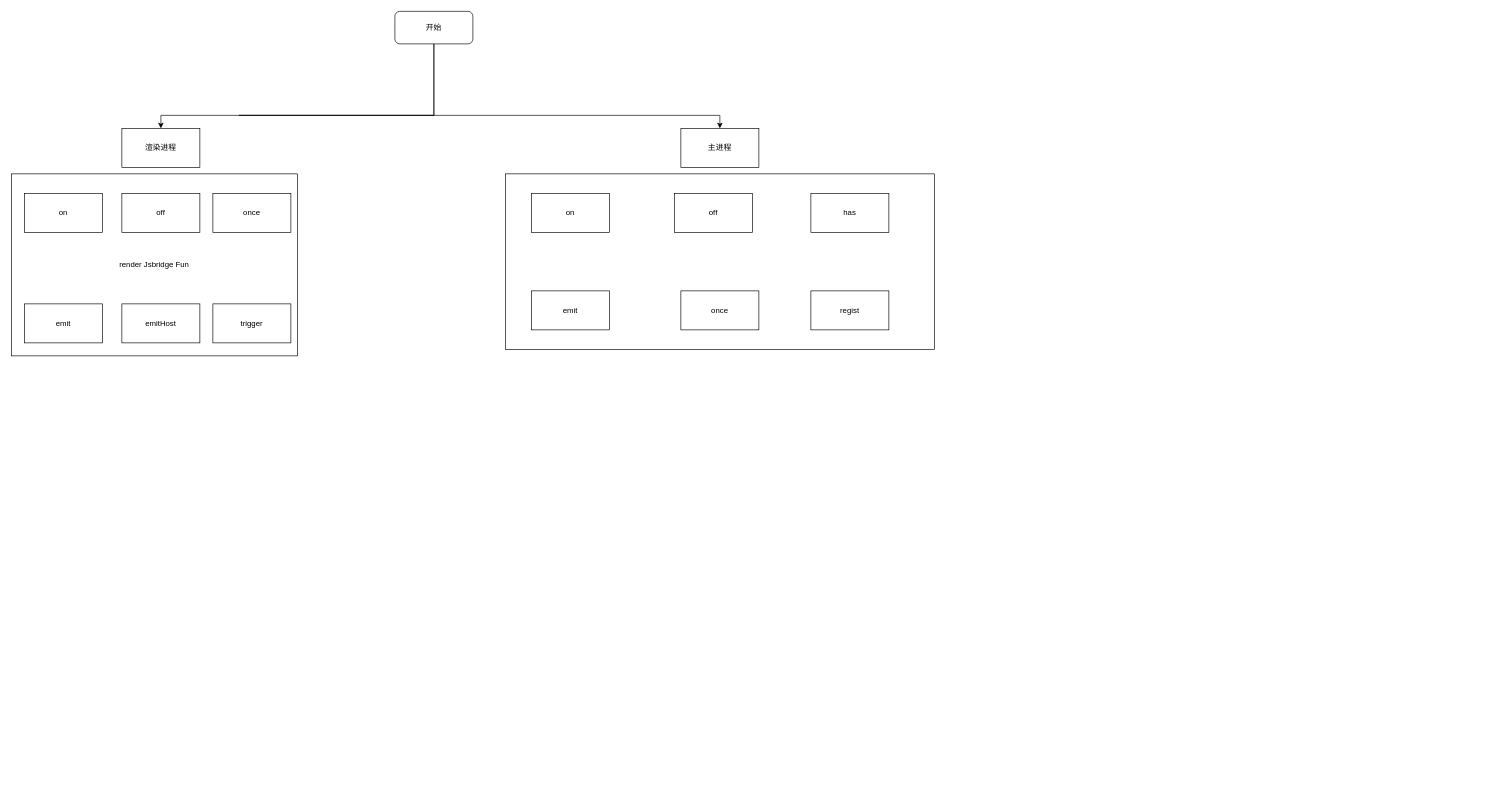
oppo-80343438/flowChart keeps this draw.io diagram as jsbridge.drawio. Above is the earlier version. Source tidied: cells renumbered, new cells numbered last; positions are measured from the earlier drawing's top-left corner, leaving out a move shared by most shapes. Both pictures are drawn from the tidied source at 65%, with x=0, y=0 at pixel (11, 11).
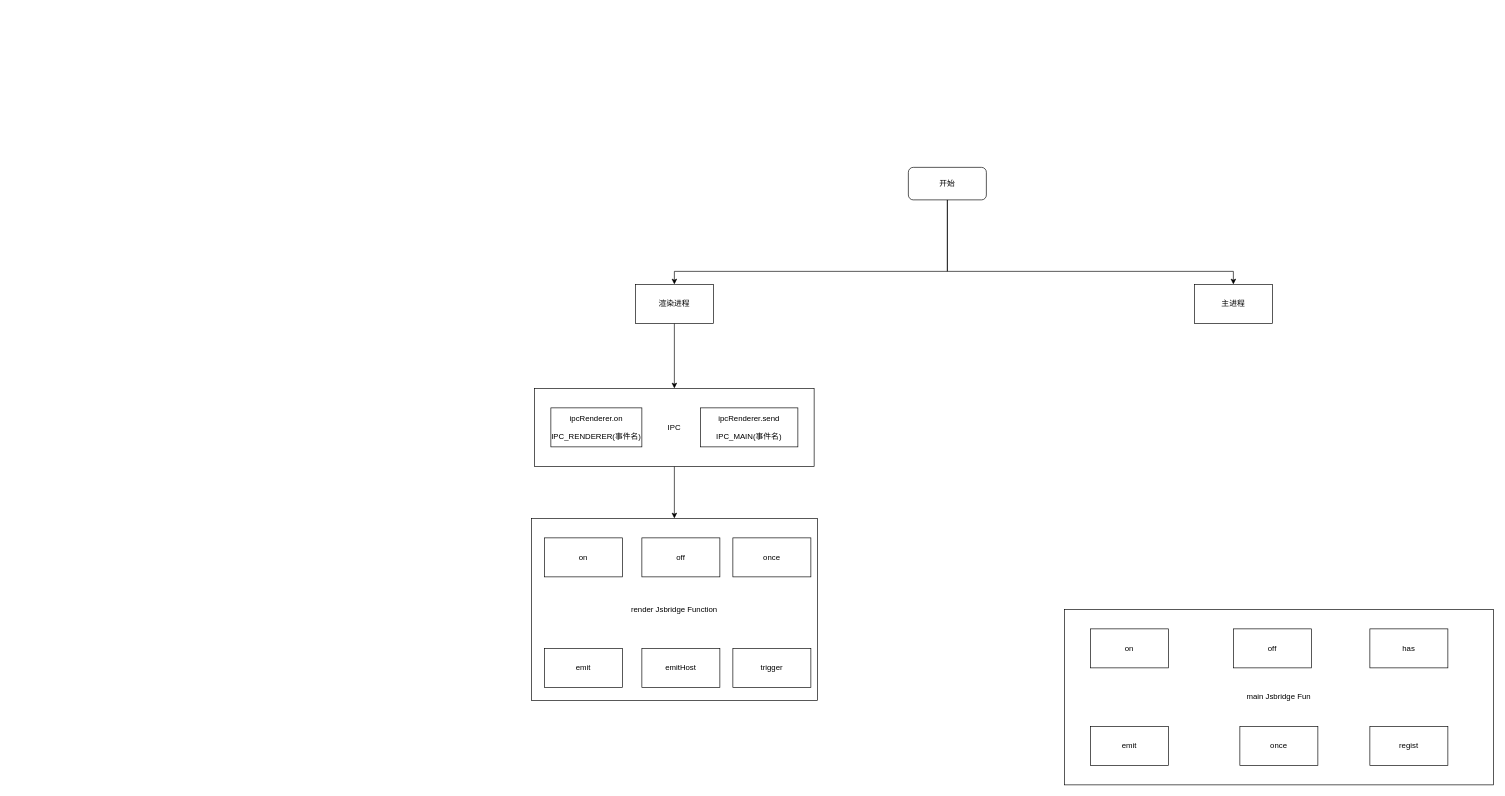
The same diagram, later.

Diff of the diagram source:
```diff
@@
     <mxCell id="2" style="edgeStyle=orthogonalEdgeStyle;rounded=0;jettySize=auto;html=1;" parent="1" edge="1" source="4" target="5">
       <mxGeometry relative="1" as="geometry">
         <Array as="points">
-          <mxPoint x="650" y="160" />
-          <mxPoint x="230" y="160" />
+          <mxPoint x="1440" y="400" />
+          <mxPoint x="1020" y="400" />
         </Array>
       </mxGeometry>
     </mxCell>
     <mxCell id="3" style="edgeStyle=orthogonalEdgeStyle;rounded=0;jettySize=auto;html=1;entryX=0.5;entryY=0;entryDx=0;entryDy=0;" parent="1" edge="1" source="4" target="6">
       <mxGeometry relative="1" as="geometry">
         <Array as="points">
-          <mxPoint x="350" y="160" />
-          <mxPoint x="470" y="160" />
+          <mxPoint x="1440" y="400" />
+          <mxPoint x="1880" y="400" />
         </Array>
       </mxGeometry>
     </mxCell>
     <mxCell id="4" value="开始" style="rounded=1;whiteSpace=wrap;html=1;fontSize=12;glass=0;strokeWidth=1;shadow=0;" parent="1" vertex="1">
-      <mxGeometry x="590" width="120" height="50" as="geometry" />
+      <mxGeometry x="1380" y="240" width="120" height="50" as="geometry" />
     </mxCell>
+    <mxCell id="21" style="edgeStyle=orthogonalEdgeStyle;rounded=0;jettySize=auto;html=1;entryX=0.5;entryY=0;entryDx=0;entryDy=0;" parent="1" edge="1" source="5" target="23">
+      <mxGeometry relative="1" as="geometry" />
+    </mxCell>
     <mxCell id="5" value="渲染进程" style="rounded=0;whiteSpace=wrap;html=1;" parent="1" vertex="1">
-      <mxGeometry x="170" y="180" width="120" height="60" as="geometry" />
+      <mxGeometry x="960" y="420" width="120" height="60" as="geometry" />
     </mxCell>
     <mxCell id="6" value="主进程" style="rounded=0;whiteSpace=wrap;html=1;" parent="1" vertex="1">
-      <mxGeometry x="1030" y="180" width="120" height="60" as="geometry" />
+      <mxGeometry x="1820" y="420" width="120" height="60" as="geometry" />
     </mxCell>
-    <mxCell id="7" value="render Jsbridge Fun" style="rounded=0;whiteSpace=wrap;html=1;" parent="1" vertex="1">
-      <mxGeometry y="250" width="440" height="280" as="geometry" />
+    <mxCell id="7" value="render Jsbridge Function" style="rounded=0;whiteSpace=wrap;html=1;" parent="1" vertex="1">
+      <mxGeometry x="800" y="780" width="440" height="280" as="geometry" />
     </mxCell>
     <mxCell id="8" value="on" style="rounded=0;whiteSpace=wrap;html=1;" parent="1" vertex="1">
-      <mxGeometry x="20" y="280" width="120" height="60" as="geometry" />
+      <mxGeometry x="820" y="810" width="120" height="60" as="geometry" />
     </mxCell>
     <mxCell id="9" value="off" style="rounded=0;whiteSpace=wrap;html=1;" parent="1" vertex="1">
-      <mxGeometry x="170" y="280" width="120" height="60" as="geometry" />
+      <mxGeometry x="970" y="810" width="120" height="60" as="geometry" />
     </mxCell>
     <mxCell id="10" value="once" style="rounded=0;whiteSpace=wrap;html=1;" parent="1" vertex="1">
-      <mxGeometry x="310" y="280" width="120" height="60" as="geometry" />
+      <mxGeometry x="1110" y="810" width="120" height="60" as="geometry" />
     </mxCell>
     <mxCell id="11" value="emit" style="rounded=0;whiteSpace=wrap;html=1;" parent="1" vertex="1">
-      <mxGeometry x="20" y="450" width="120" height="60" as="geometry" />
+      <mxGeometry x="820" y="980" width="120" height="60" as="geometry" />
     </mxCell>
     <mxCell id="12" value="emitHost" style="rounded=0;whiteSpace=wrap;html=1;" parent="1" vertex="1">
-      <mxGeometry x="170" y="450" width="120" height="60" as="geometry" />
+      <mxGeometry x="970" y="980" width="120" height="60" as="geometry" />
     </mxCell>
     <mxCell id="13" value="trigger" style="rounded=0;whiteSpace=wrap;html=1;" parent="1" vertex="1">
-      <mxGeometry x="310" y="450" width="120" height="60" as="geometry" />
+      <mxGeometry x="1110" y="980" width="120" height="60" as="geometry" />
     </mxCell>
-    <mxCell id="14" style="rounded=0;whiteSpace=wrap;html=1;" parent="1" vertex="1">
-      <mxGeometry x="760" y="250" width="660" height="270" as="geometry" />
+    <mxCell id="14" value="&lt;span&gt;main Jsbridge Fun&lt;/span&gt;" style="rounded=0;whiteSpace=wrap;html=1;" parent="1" vertex="1">
+      <mxGeometry x="1620" y="920" width="660" height="270" as="geometry" />
     </mxCell>
     <mxCell id="15" value="off" style="rounded=0;whiteSpace=wrap;html=1;" parent="1" vertex="1">
-      <mxGeometry x="1020" y="280" width="120" height="60" as="geometry" />
+      <mxGeometry x="1880" y="950" width="120" height="60" as="geometry" />
     </mxCell>
     <mxCell id="16" value="on" style="rounded=0;whiteSpace=wrap;html=1;" parent="1" vertex="1">
-      <mxGeometry x="800" y="280" width="120" height="60" as="geometry" />
+      <mxGeometry x="1660" y="950" width="120" height="60" as="geometry" />
     </mxCell>
     <mxCell id="17" value="has" style="rounded=0;whiteSpace=wrap;html=1;" parent="1" vertex="1">
-      <mxGeometry x="1230" y="280" width="120" height="60" as="geometry" />
+      <mxGeometry x="2090" y="950" width="120" height="60" as="geometry" />
     </mxCell>
     <mxCell id="18" value="regist" style="rounded=0;whiteSpace=wrap;html=1;" parent="1" vertex="1">
-      <mxGeometry x="1230" y="430" width="120" height="60" as="geometry" />
+      <mxGeometry x="2090" y="1100" width="120" height="60" as="geometry" />
     </mxCell>
     <mxCell id="19" value="emit" style="rounded=0;whiteSpace=wrap;html=1;" parent="1" vertex="1">
-      <mxGeometry x="800" y="430" width="120" height="60" as="geometry" />
+      <mxGeometry x="1660" y="1100" width="120" height="60" as="geometry" />
     </mxCell>
     <mxCell id="20" value="once" style="rounded=0;whiteSpace=wrap;html=1;" parent="1" vertex="1">
-      <mxGeometry x="1030" y="430" width="120" height="60" as="geometry" />
+      <mxGeometry x="1890" y="1100" width="120" height="60" as="geometry" />
     </mxCell>
+    <mxCell id="22" style="edgeStyle=orthogonalEdgeStyle;rounded=0;jettySize=auto;html=1;entryX=0.5;entryY=0;entryDx=0;entryDy=0;" parent="1" edge="1" source="23" target="7">
+      <mxGeometry relative="1" as="geometry" />
+    </mxCell>
+    <mxCell id="23" value="IPC" style="rounded=0;whiteSpace=wrap;html=1;" parent="1" vertex="1">
+      <mxGeometry x="805" y="580" width="430" height="120" as="geometry" />
+    </mxCell>
+    <mxCell id="24" value="ipcRenderer.on&lt;br&gt;&lt;br&gt;IPC_RENDERER(事件名)" style="rounded=0;whiteSpace=wrap;html=1;" parent="1" vertex="1">
+      <mxGeometry x="830" y="610" width="140" height="60" as="geometry" />
+    </mxCell>
+    <mxCell id="25" value="&lt;span&gt;ipcRenderer.send&lt;br&gt;&lt;br&gt;IPC_MAIN(事件名)&lt;br&gt;&lt;/span&gt;" style="rounded=0;whiteSpace=wrap;html=1;" parent="1" vertex="1">
+      <mxGeometry x="1060" y="610" width="150" height="60" as="geometry" />
+    </mxCell>
```
